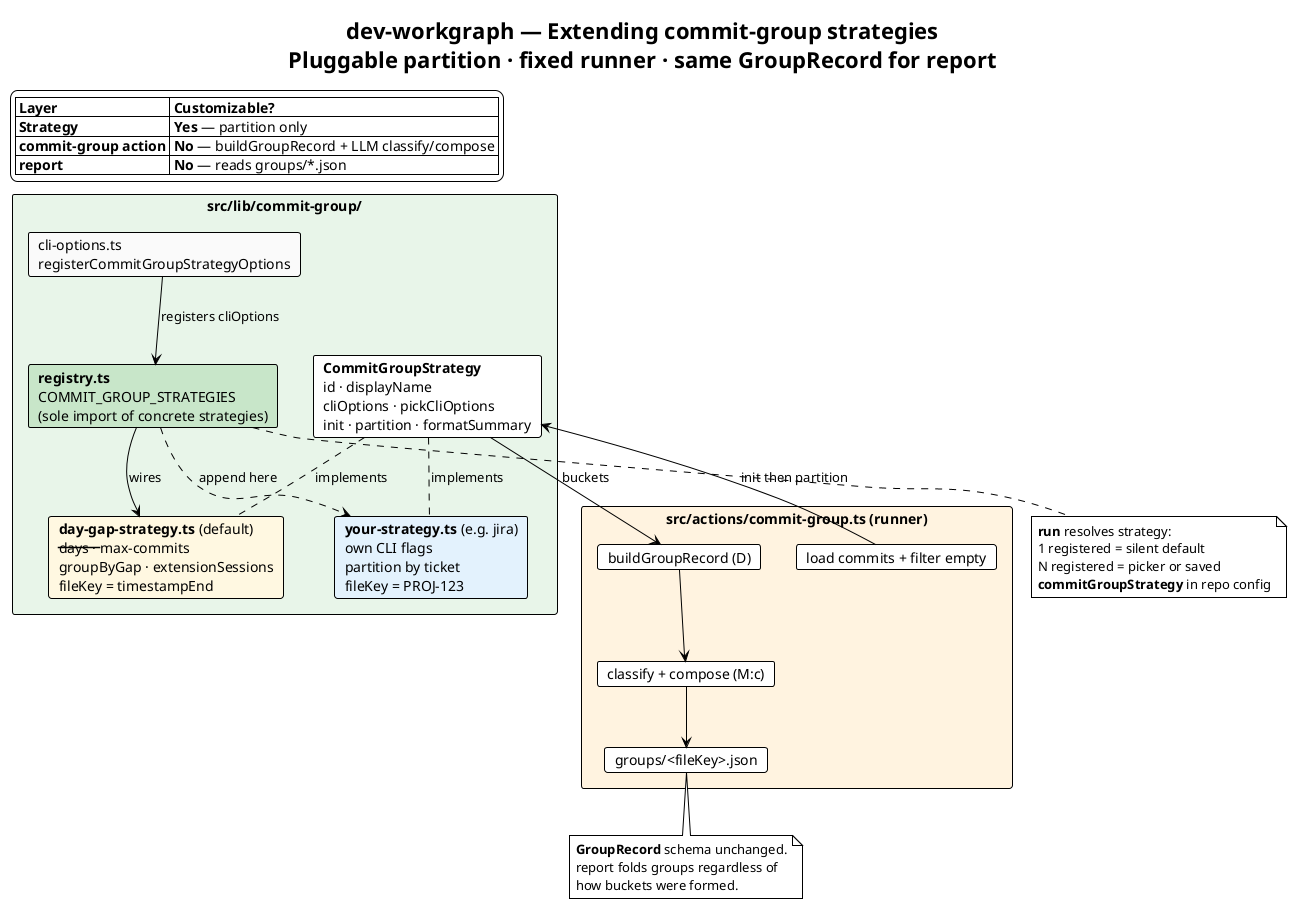
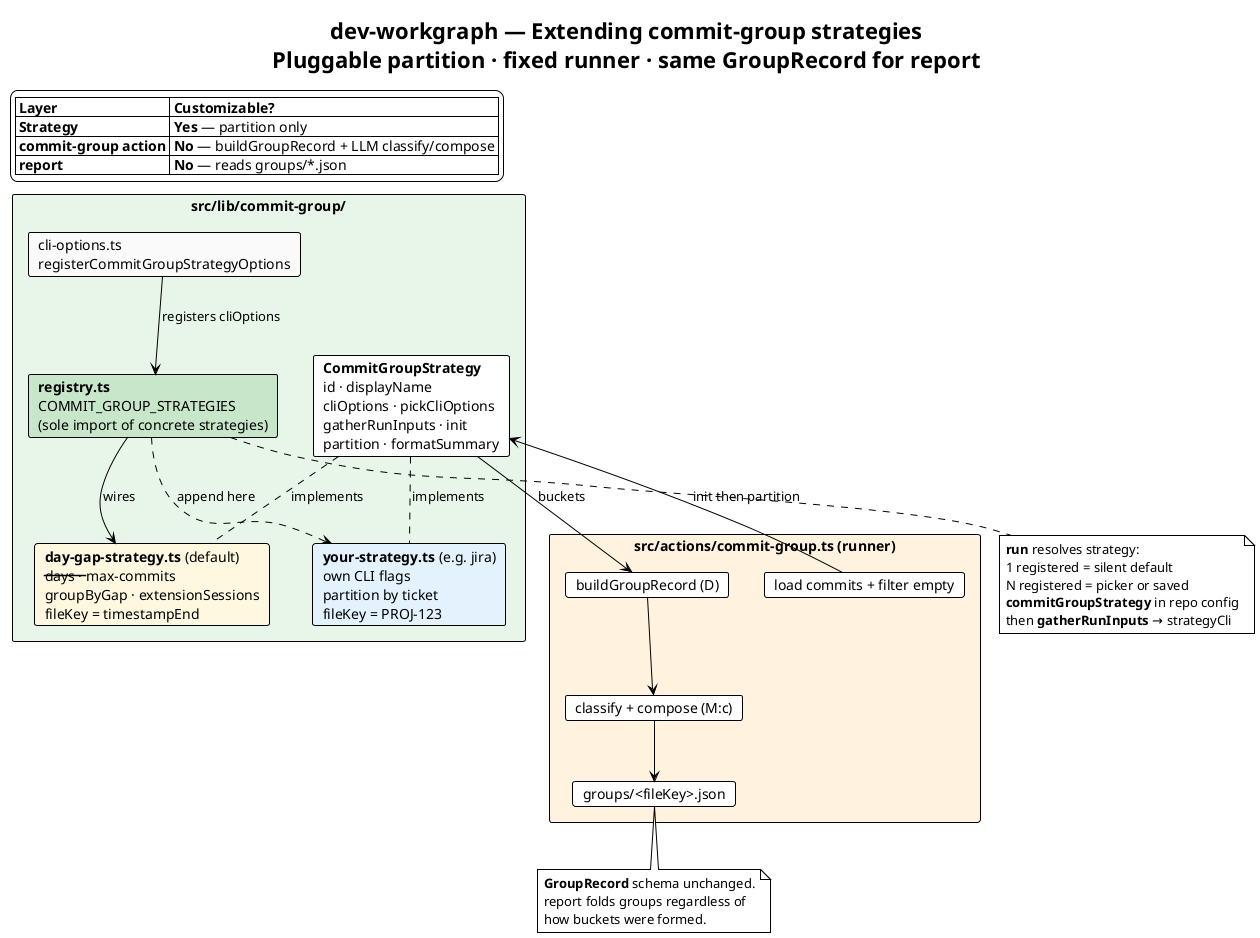
@startuml commit-group-strategies
!theme plain
skinparam shadowing false
skinparam componentStyle rectangle

title dev-workgraph — **Extending commit-group strategies**\nPluggable partition · fixed runner · same GroupRecord for report

legend top left
  |= Layer |= Customizable? |
  | **Strategy** | **Yes** — partition only |
  | **commit-group action** | **No** — buildGroupRecord + LLM classify/compose |
  | **report** | **No** — reads groups/*.json |
endlegend

rectangle "src/lib/commit-group/" #E8F5E9 {
-   card "**CommitGroupStrategy**\nid · displayName\ncliOptions · pickCliOptions\ninit · partition · formatSummary" as IFACE
+   card "**CommitGroupStrategy**\nid · displayName\ncliOptions · pickCliOptions\ngatherRunInputs · init\npartition · formatSummary" as IFACE

  card "**registry.ts**\nCOMMIT_GROUP_STRATEGIES\n(sole import of concrete strategies)" as REG #C8E6C9

  card "**day-gap-strategy.ts** (default)\n--days · --max-commits\ngroupByGap · extensionSessions\nfileKey = timestampEnd" as DAY #FFF8E1

  card "**your-strategy.ts** (e.g. jira)\nown CLI flags\npartition by ticket\nfileKey = PROJ-123" as CUSTOM #E3F2FD

  card "cli-options.ts\nregisterCommitGroupStrategyOptions" as CLI #FAFAFA
}

rectangle "src/actions/commit-group.ts (runner)" #FFF3E0 {
  card "load commits + filter empty" as LOAD
  card "buildGroupRecord (D)" as BUILD
  card "classify + compose (M:c)" as LLM
  card "groups/<fileKey>.json" as OUT
}

REG --> DAY : wires
REG ..> CUSTOM : append here
IFACE .. DAY : implements
IFACE .. CUSTOM : implements

CLI --> REG : registers cliOptions

LOAD --> IFACE : init then partition
IFACE --> BUILD : buckets
BUILD --> LLM
LLM --> OUT

note bottom of REG
  **run** resolves strategy:
  1 registered = silent default
  N registered = picker or saved
  **commitGroupStrategy** in repo config
+   then **gatherRunInputs** → strategyCli
end note

note bottom of OUT
  **GroupRecord** schema unchanged.
  report folds groups regardless of
  how buckets were formed.
end note

@enduml


@startuml commit-group-strategies-flow
!theme plain
skinparam shadowing false
skinparam ActivityBorderColor #888888

title **commit-group** — strategy vs runner responsibilities

|Strategy (plugin)|
start
- :Read strategyCli from CLI\npickCliOptions;
- :init(ctx) — prompts, persist\n(e.g. groupThresholdDays);
+ :Read strategyCli from CLI\nor run gathering;
+ :gatherRunInputs — prompts, persist\n(e.g. groupThresholdDays);
+ :init(ctx) — map gathered CLI → params;
:partition(commits) to buckets;
note right
  Each bucket:
  members[] + fileKey
end note
stop

|Runner (fixed)|
start
:loadCommitRecords + filter empty;
:getCommitGroupStrategy(--strategy);
:await strategy.init + partition;
:resolve commitModel;
partition "foreach bucket" {
  :buildGroupRecord(members);
  if (group file has model?) then (yes)
    :skip;
  else (no)
    :(M:c) classify + compose;
    :write GroupRecord;
  endif
}
stop

@enduml
